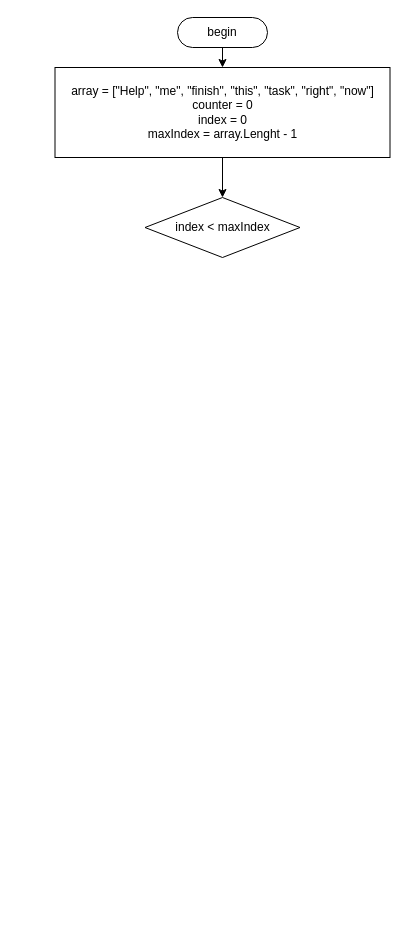
Before: final_work_1.drawio in jpikin/final_work_1, a draw.io diagram. Source tidied: cells renumbered, new cells numbered last; positions are measured from the earlier drawing's top-left corner, leaving out a move shared by most shapes. Both pictures are drawn from the tidied source at 100%, with x=0, y=0 at pixel (55, 17).
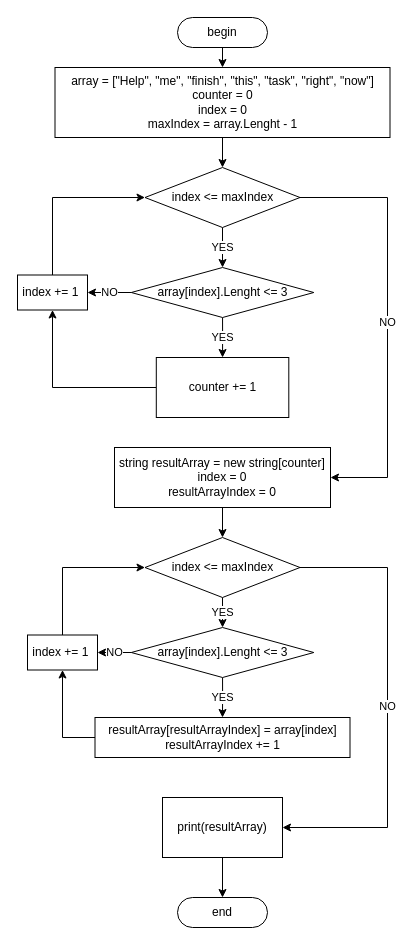
The same diagram, later.

What changed in the source:
```diff
@@
     <mxCell id="5" value="array = [&quot;Help&quot;, &quot;me&quot;, &quot;finish&quot;, &quot;this&quot;, &quot;task&quot;, &quot;right&quot;, &quot;now&quot;]&lt;br&gt;counter = 0&lt;br&gt;index = 0&lt;br&gt;maxIndex = array.Lenght - 1" style="rounded=0;whiteSpace=wrap;html=1;" parent="1" vertex="1">
-      <mxGeometry x="-0.5" y="50" width="335" height="90" as="geometry" />
+      <mxGeometry x="-0.5" y="50" width="335" height="70" as="geometry" />
     </mxCell>
+    <mxCell id="7" value="YES" style="edgeStyle=orthogonalEdgeStyle;rounded=0;jettySize=auto;html=1;exitX=0.5;exitY=1;exitDx=0;exitDy=0;entryX=0.5;entryY=0;entryDx=0;entryDy=0;" parent="1" edge="1" source="6" target="13">
+      <mxGeometry relative="1" as="geometry" />
+    </mxCell>
+    <mxCell id="8" value="NO" style="edgeStyle=orthogonalEdgeStyle;rounded=0;jettySize=auto;html=1;exitX=1;exitY=0.5;exitDx=0;exitDy=0;entryX=1;entryY=0.5;entryDx=0;entryDy=0;" parent="1" edge="1" source="6" target="17">
+      <mxGeometry relative="1" as="geometry">
+        <Array as="points">
+          <mxPoint x="332" y="180" />
+          <mxPoint x="332" y="460" />
+        </Array>
+      </mxGeometry>
+    </mxCell>
-    <mxCell id="6" value="index &amp;lt; maxIndex" style="rhombus;whiteSpace=wrap;html=1;" parent="1" vertex="1">
-      <mxGeometry x="89.5" y="180" width="155" height="60" as="geometry" />
+    <mxCell id="6" value="index &amp;lt;= maxIndex" style="rhombus;whiteSpace=wrap;html=1;" parent="1" vertex="1">
+      <mxGeometry x="89.5" y="150" width="155" height="60" as="geometry" />
     </mxCell>
+    <mxCell id="9" style="edgeStyle=orthogonalEdgeStyle;rounded=0;jettySize=auto;html=1;exitX=0;exitY=0.5;exitDx=0;exitDy=0;entryX=0.5;entryY=1;entryDx=0;entryDy=0;" parent="1" edge="1" source="10" target="15">
+      <mxGeometry relative="1" as="geometry" />
+    </mxCell>
+    <mxCell id="10" value="counter += 1" style="rounded=0;whiteSpace=wrap;html=1;" parent="1" vertex="1">
+      <mxGeometry x="100.8" y="340" width="132.5" height="60" as="geometry" />
+    </mxCell>
+    <mxCell id="11" value="NO" style="edgeStyle=orthogonalEdgeStyle;rounded=0;jettySize=auto;html=1;exitX=0;exitY=0.5;exitDx=0;exitDy=0;entryX=1;entryY=0.5;entryDx=0;entryDy=0;" parent="1" edge="1" source="13" target="15">
+      <mxGeometry relative="1" as="geometry" />
+    </mxCell>
+    <mxCell id="12" value="YES" style="edgeStyle=orthogonalEdgeStyle;rounded=0;jettySize=auto;html=1;exitX=0.5;exitY=1;exitDx=0;exitDy=0;entryX=0.5;entryY=0;entryDx=0;entryDy=0;" parent="1" edge="1" source="13" target="10">
+      <mxGeometry relative="1" as="geometry" />
+    </mxCell>
+    <mxCell id="13" value="array[index].Lenght &amp;lt;= 3" style="rhombus;whiteSpace=wrap;html=1;" parent="1" vertex="1">
+      <mxGeometry x="75.8" y="250" width="182.5" height="50" as="geometry" />
+    </mxCell>
+    <mxCell id="14" style="edgeStyle=orthogonalEdgeStyle;rounded=0;jettySize=auto;html=1;exitX=0.5;exitY=0;exitDx=0;exitDy=0;entryX=0;entryY=0.5;entryDx=0;entryDy=0;" parent="1" edge="1" source="15" target="6">
+      <mxGeometry relative="1" as="geometry" />
+    </mxCell>
+    <mxCell id="15" value="index += 1&amp;nbsp;" style="rounded=0;whiteSpace=wrap;html=1;" parent="1" vertex="1">
+      <mxGeometry x="-38" y="257.5" width="70" height="35" as="geometry" />
+    </mxCell>
+    <mxCell id="16" style="edgeStyle=orthogonalEdgeStyle;rounded=0;jettySize=auto;html=1;exitX=0.5;exitY=1;exitDx=0;exitDy=0;entryX=0.5;entryY=0;entryDx=0;entryDy=0;" parent="1" edge="1" source="17" target="20">
+      <mxGeometry relative="1" as="geometry" />
+    </mxCell>
+    <mxCell id="17" value="string resultArray = new string[counter]&lt;br&gt;index = 0&lt;br&gt;resultArrayIndex = 0" style="rounded=0;whiteSpace=wrap;html=1;" parent="1" vertex="1">
+      <mxGeometry x="59" y="430" width="216" height="60" as="geometry" />
+    </mxCell>
+    <mxCell id="18" value="YES" style="edgeStyle=orthogonalEdgeStyle;rounded=0;jettySize=auto;html=1;exitX=0.5;exitY=1;exitDx=0;exitDy=0;entryX=0.5;entryY=0;entryDx=0;entryDy=0;" parent="1" edge="1" source="20" target="23">
+      <mxGeometry relative="1" as="geometry" />
+    </mxCell>
+    <mxCell id="19" value="NO" style="edgeStyle=orthogonalEdgeStyle;rounded=0;jettySize=auto;html=1;exitX=1;exitY=0.5;exitDx=0;exitDy=0;entryX=1;entryY=0.5;entryDx=0;entryDy=0;" parent="1" edge="1" source="20" target="29">
+      <mxGeometry relative="1" as="geometry">
+        <Array as="points">
+          <mxPoint x="332" y="550" />
+          <mxPoint x="332" y="810" />
+        </Array>
+      </mxGeometry>
+    </mxCell>
+    <mxCell id="20" value="index &amp;lt;= maxIndex" style="rhombus;whiteSpace=wrap;html=1;" parent="1" vertex="1">
+      <mxGeometry x="89.5" y="520" width="155" height="60" as="geometry" />
+    </mxCell>
+    <mxCell id="21" value="NO" style="edgeStyle=orthogonalEdgeStyle;rounded=0;jettySize=auto;html=1;exitX=0;exitY=0.5;exitDx=0;exitDy=0;entryX=1;entryY=0.5;entryDx=0;entryDy=0;" parent="1" edge="1" source="23" target="25">
+      <mxGeometry relative="1" as="geometry" />
+    </mxCell>
+    <mxCell id="22" value="YES" style="edgeStyle=orthogonalEdgeStyle;rounded=0;jettySize=auto;html=1;exitX=0.5;exitY=1;exitDx=0;exitDy=0;entryX=0.5;entryY=0;entryDx=0;entryDy=0;" parent="1" edge="1" source="23" target="27">
+      <mxGeometry relative="1" as="geometry" />
+    </mxCell>
+    <mxCell id="23" value="array[index].Lenght &amp;lt;= 3" style="rhombus;whiteSpace=wrap;html=1;" parent="1" vertex="1">
+      <mxGeometry x="75.8" y="610" width="182.5" height="50" as="geometry" />
+    </mxCell>
+    <mxCell id="24" style="edgeStyle=orthogonalEdgeStyle;rounded=0;jettySize=auto;html=1;exitX=0.5;exitY=0;exitDx=0;exitDy=0;entryX=0;entryY=0.5;entryDx=0;entryDy=0;" parent="1" edge="1" source="25" target="20">
+      <mxGeometry relative="1" as="geometry" />
+    </mxCell>
+    <mxCell id="25" value="index += 1&amp;nbsp;" style="rounded=0;whiteSpace=wrap;html=1;" parent="1" vertex="1">
+      <mxGeometry x="-28" y="617.5" width="70" height="35" as="geometry" />
+    </mxCell>
+    <mxCell id="26" style="edgeStyle=orthogonalEdgeStyle;rounded=0;jettySize=auto;html=1;exitX=0;exitY=0.5;exitDx=0;exitDy=0;entryX=0.5;entryY=1;entryDx=0;entryDy=0;" parent="1" edge="1" source="27" target="25">
+      <mxGeometry relative="1" as="geometry" />
+    </mxCell>
+    <mxCell id="27" value="resultArray[resultArrayIndex] = array[index]&lt;br&gt;resultArrayIndex += 1" style="rounded=0;whiteSpace=wrap;html=1;" parent="1" vertex="1">
+      <mxGeometry x="39.5" y="700" width="255" height="40" as="geometry" />
+    </mxCell>
+    <mxCell id="28" style="edgeStyle=orthogonalEdgeStyle;rounded=0;jettySize=auto;html=1;exitX=0.5;exitY=1;exitDx=0;exitDy=0;entryX=0.5;entryY=0;entryDx=0;entryDy=0;" parent="1" edge="1" source="29" target="30">
+      <mxGeometry relative="1" as="geometry" />
+    </mxCell>
+    <mxCell id="29" value="print(resultArray)" style="rounded=0;whiteSpace=wrap;html=1;" parent="1" vertex="1">
+      <mxGeometry x="107" y="780" width="120" height="60" as="geometry" />
+    </mxCell>
+    <mxCell id="30" value="end" style="rounded=1;whiteSpace=wrap;html=1;arcSize=50;" parent="1" vertex="1">
+      <mxGeometry x="122" y="880" width="90" height="30" as="geometry" />
+    </mxCell>
```
